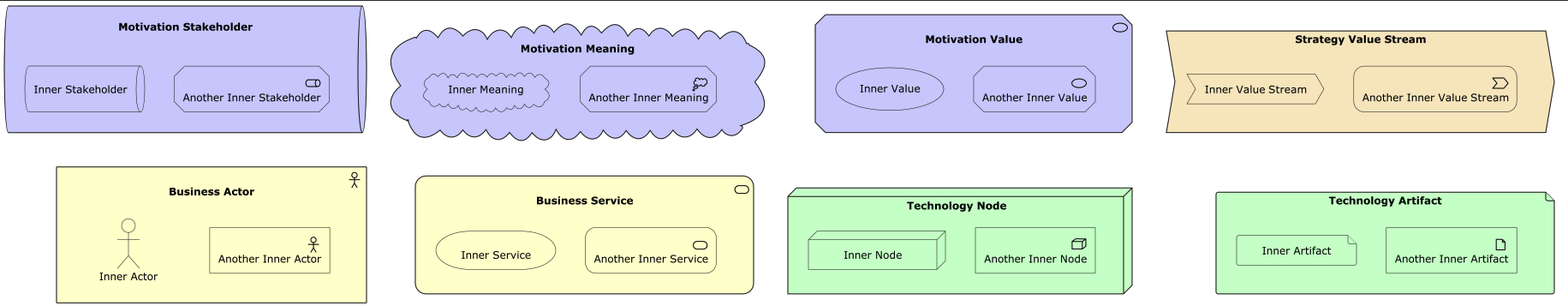
Above: images/SpecialShapes.png in plantuml-stdlib/Archimate-PlantUML (PlantUML), before the change. Its source is kept beside it as samples/SpecialShapes.puml.
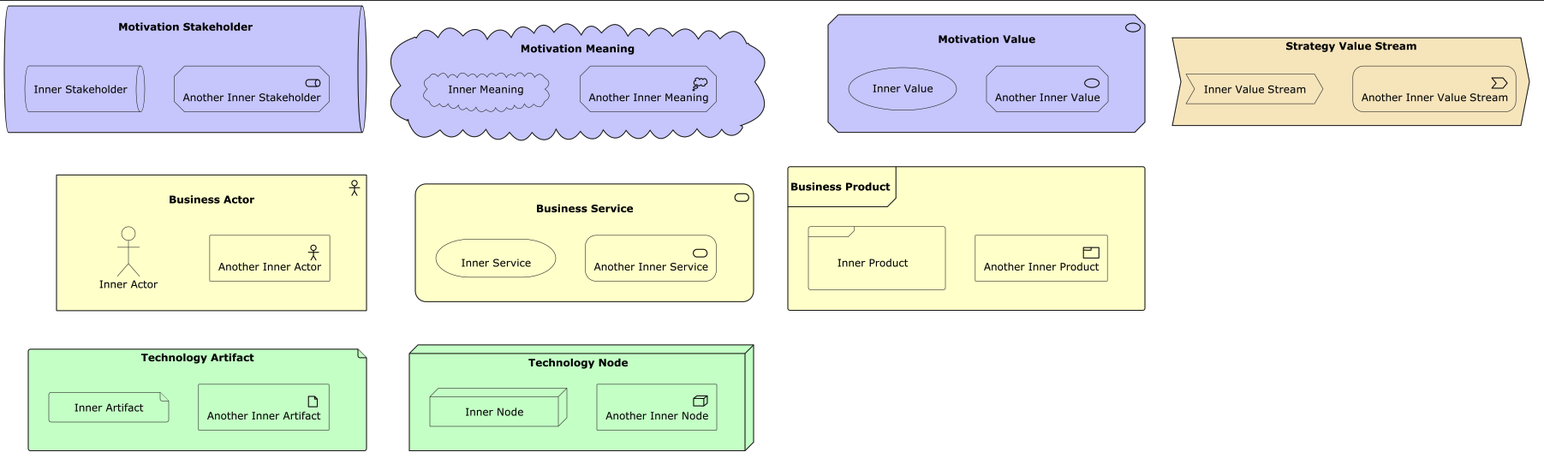
The same file after the commit.

Commit message:
Add special shape for Business Product

What changed in the source:
```diff
@@ -1,7 +1,7 @@
 @startuml
 
 !global $ARCH_DEBUG = %false()
-!global $ARCH_LOCAL = %true()
+!global $ARCH_LOCAL = %false()
 !global $ARCH_SPECIAL_SHAPES = %true()
 
 !if ($ARCH_LOCAL == %false())
@@ -37,6 +37,11 @@
     Business_Service(BSI, "Inner Service", $special=%true())
     Business_Service(BSI2, "Another Inner Service", $special=%false())
 }
+Business_Product(BP, "Business Product", $nest=%true()) {
+    Business_Product(BPI, "Inner Product", $special=%true())
+    Business_Product(BPI2, "Another Inner Product", $special=%false())
+}
+
 Technology_Node(TN, "Technology Node"){
     Technology_Node(TNI, "Inner Node", $special=%true())
     Technology_Node(TNI2, "Another Inner Node", $special=%false())
@@ -49,6 +54,7 @@
 
 MS -[hidden]- BA
 MM -[hidden]- BS
-MV -[hidden]- TN
-SV -[hidden]- TA
+MV -[hidden]- BP
+BA -[hidden]- TA
+BS -[hidden]- TN
 @enduml
```
